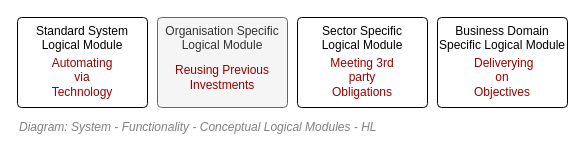
Earlier version of the draw.io diagram page "Copy of Conceptual Logical Modules" (1 of 4) of 43.Functionality View/Functionality View - Organisation - Capabilities - Logical Modules.drawio (skysgh/System.Design.Resources.Service). Source tidied: cells renumbered, new cells numbered last; positions are measured from the earlier drawing's top-left corner, leaving out a move shared by most shapes. Both pictures are drawn from the tidied source at 100%, with x=0, y=0 at pixel (17, 17).
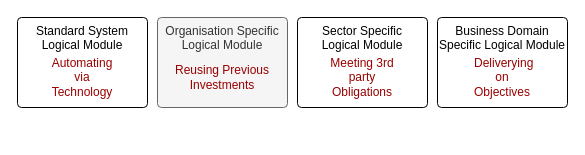
Above is the later version.

What changed in the source:
```diff
@@
 <mxGraphModel>
   <root>
     <mxCell id="0" />
     <mxCell id="1" parent="0" />
     <mxCell id="2" value="Standard System &lt;br&gt;Logical Module" style="rounded=1;whiteSpace=wrap;html=1;absoluteArcSize=1;arcSize=8;fillColor=none;align=center;verticalAlign=top;" parent="1" vertex="1">
       <mxGeometry width="130" height="90" as="geometry" />
     </mxCell>
     <mxCell id="3" value="Automating via&lt;br&gt;Technology" style="text;html=1;strokeColor=none;fillColor=none;align=center;verticalAlign=middle;whiteSpace=wrap;rounded=0;fontSize=12;fontColor=#990000;" parent="2" vertex="1">
       <mxGeometry x="50" y="50" width="30" height="20" as="geometry" />
     </mxCell>
     <mxCell id="4" value="Organisation Specific &lt;br&gt;Logical Module" style="rounded=1;whiteSpace=wrap;html=1;absoluteArcSize=1;arcSize=8;fillColor=#f5f5f5;align=center;verticalAlign=top;strokeColor=#666666;fontColor=#333333;" parent="1" vertex="1">
       <mxGeometry x="140" width="130" height="90" as="geometry" />
     </mxCell>
     <mxCell id="5" value="Sector Specific&lt;br&gt;Logical Module" style="rounded=1;whiteSpace=wrap;html=1;absoluteArcSize=1;arcSize=8;fillColor=none;align=center;verticalAlign=top;" parent="1" vertex="1">
       <mxGeometry x="280" width="130" height="90" as="geometry" />
     </mxCell>
     <mxCell id="6" value="Business Domain&lt;br&gt;Specific Logical Module" style="rounded=1;whiteSpace=wrap;html=1;absoluteArcSize=1;arcSize=8;fillColor=none;align=center;verticalAlign=top;" parent="1" vertex="1">
       <mxGeometry x="420" width="130" height="90" as="geometry" />
     </mxCell>
     <mxCell id="7" value="Reusing Previous Investments" style="text;html=1;strokeColor=none;fillColor=none;align=center;verticalAlign=middle;whiteSpace=wrap;rounded=0;fontSize=12;fontColor=#990000;" parent="1" vertex="1">
       <mxGeometry x="150" y="50" width="110" height="20" as="geometry" />
     </mxCell>
     <mxCell id="8" value="Meeting 3rd party Obligations" style="text;html=1;strokeColor=none;fillColor=none;align=center;verticalAlign=middle;whiteSpace=wrap;rounded=0;fontSize=12;fontColor=#990000;" parent="1" vertex="1">
       <mxGeometry x="310" y="50" width="70" height="20" as="geometry" />
     </mxCell>
     <mxCell id="9" value="&amp;nbsp;Deliverying on Objectives" style="text;html=1;strokeColor=none;fillColor=none;align=center;verticalAlign=middle;whiteSpace=wrap;rounded=0;fontSize=12;fontColor=#990000;" parent="1" vertex="1">
       <mxGeometry x="450" y="50" width="70" height="20" as="geometry" />
     </mxCell>
-    <mxCell id="10" value="&lt;font style=&quot;font-size: 12px&quot;&gt;Diagram: System - Functionality - Conceptual Logical Modules - HL&lt;/font&gt;" style="text;strokeColor=none;fillColor=none;html=1;fontSize=12;fontStyle=2;verticalAlign=middle;align=left;shadow=0;glass=0;comic=0;opacity=30;fontColor=#808080;" parent="1" vertex="1">
-      <mxGeometry y="100" width="520" height="20" as="geometry" />
-    </mxCell>
   </root>
 </mxGraphModel>
```
